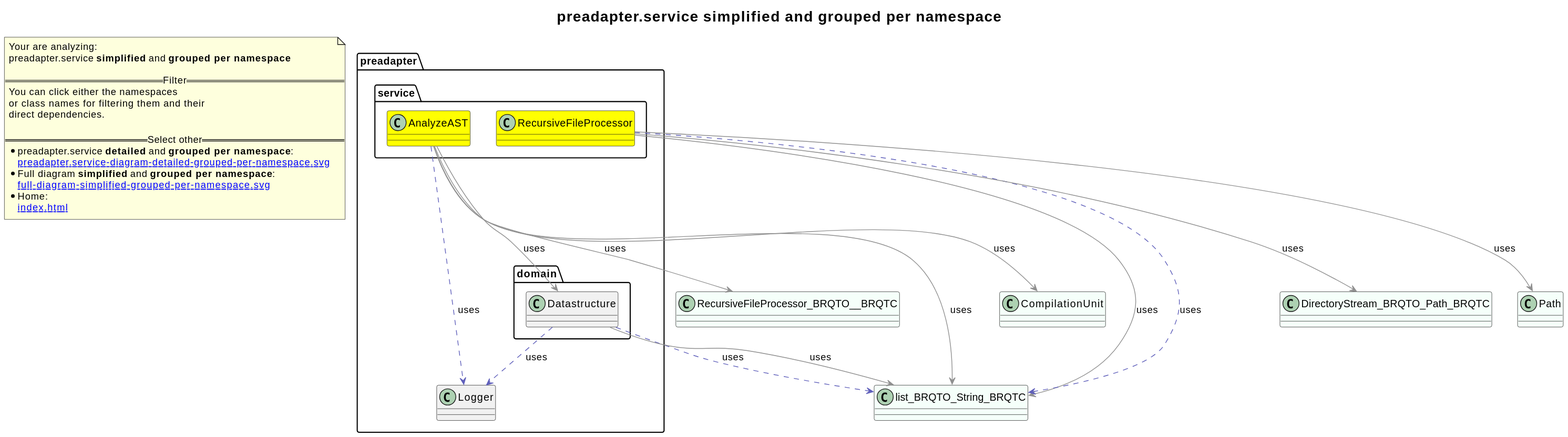
The PlantUML diagram revenger-java-adapter.out/preadapter.service-diagram-simplified-grouped-per-namespace.svg in 2BlackCoffees/revenger, before a commit.
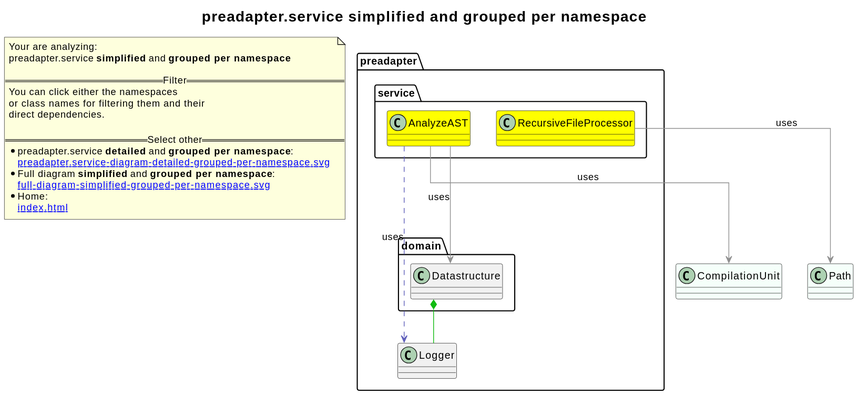
The same diagram one commit later.

Diff of the diagram source:
```diff
@@ -1,13 +1,8 @@
 @startuml
+skinparam linetype ortho
 title <size:20>preadapter.service **simplified** and **grouped per namespace**</size>
 note "Your are analyzing:\npreadapter.service **simplified** and **grouped per namespace**\n\n==Filter==\nYou can click either the namespaces \nor class names for filtering them and their\ndirect dependencies.\n\n==Select other==\n* preadapter.service **detailed** and **grouped per namespace**:\n   [[preadapter.service-diagram-detailed-grouped-per-namespace.svg]]\n* Full diagram **simplified** and **grouped per namespace**:\n   [[full-diagram-simplified-grouped-per-namespace.svg]]\n* Home:\n   [[index.html]]" as FloatingNote
-class RecursiveFileProcessor_BRQTO__BRQTC [[RecursiveFileProcessor_BRQTO__BRQTC-diagram-simplified-grouped-per-namespace.svg]] #MintCream {
-}
-class list_BRQTO_String_BRQTC [[list_BRQTO_String_BRQTC-diagram-simplified-grouped-per-namespace.svg]] #MintCream {
-}
 class CompilationUnit [[CompilationUnit-diagram-simplified-grouped-per-namespace.svg]] #MintCream {
-}
-class DirectoryStream_BRQTO_Path_BRQTC [[DirectoryStream_BRQTO_Path_BRQTC-diagram-simplified-grouped-per-namespace.svg]] #MintCream {
 }
 class Path [[Path-diagram-simplified-grouped-per-namespace.svg]] #MintCream {
 }
@@ -29,16 +24,9 @@
   }
 }
 }
-preadapter.domain.Datastructure .[#6060BB].> preadapter.Logger  : uses
-preadapter.domain.Datastructure .[#6060BB].> list_BRQTO_String_BRQTC  : uses
-preadapter.domain.Datastructure -[#909090]-> list_BRQTO_String_BRQTC  : uses
+preadapter.domain.Datastructure *-[#10BB10]- preadapter.Logger
 preadapter.service.AnalyzeAST .[#6060BB].> preadapter.Logger  : uses
 preadapter.service.AnalyzeAST -[#909090]-> preadapter.domain.Datastructure  : uses
-preadapter.service.AnalyzeAST -[#909090]-> RecursiveFileProcessor_BRQTO__BRQTC  : uses
-preadapter.service.AnalyzeAST -[#909090]-> list_BRQTO_String_BRQTC  : uses
 preadapter.service.AnalyzeAST -[#909090]-> CompilationUnit  : uses
-preadapter.service.RecursiveFileProcessor -[#909090]-> list_BRQTO_String_BRQTC  : uses
-preadapter.service.RecursiveFileProcessor .[#6060BB].> list_BRQTO_String_BRQTC  : uses
-preadapter.service.RecursiveFileProcessor -[#909090]-> DirectoryStream_BRQTO_Path_BRQTC  : uses
 preadapter.service.RecursiveFileProcessor -[#909090]-> Path  : uses
 @enduml
```
